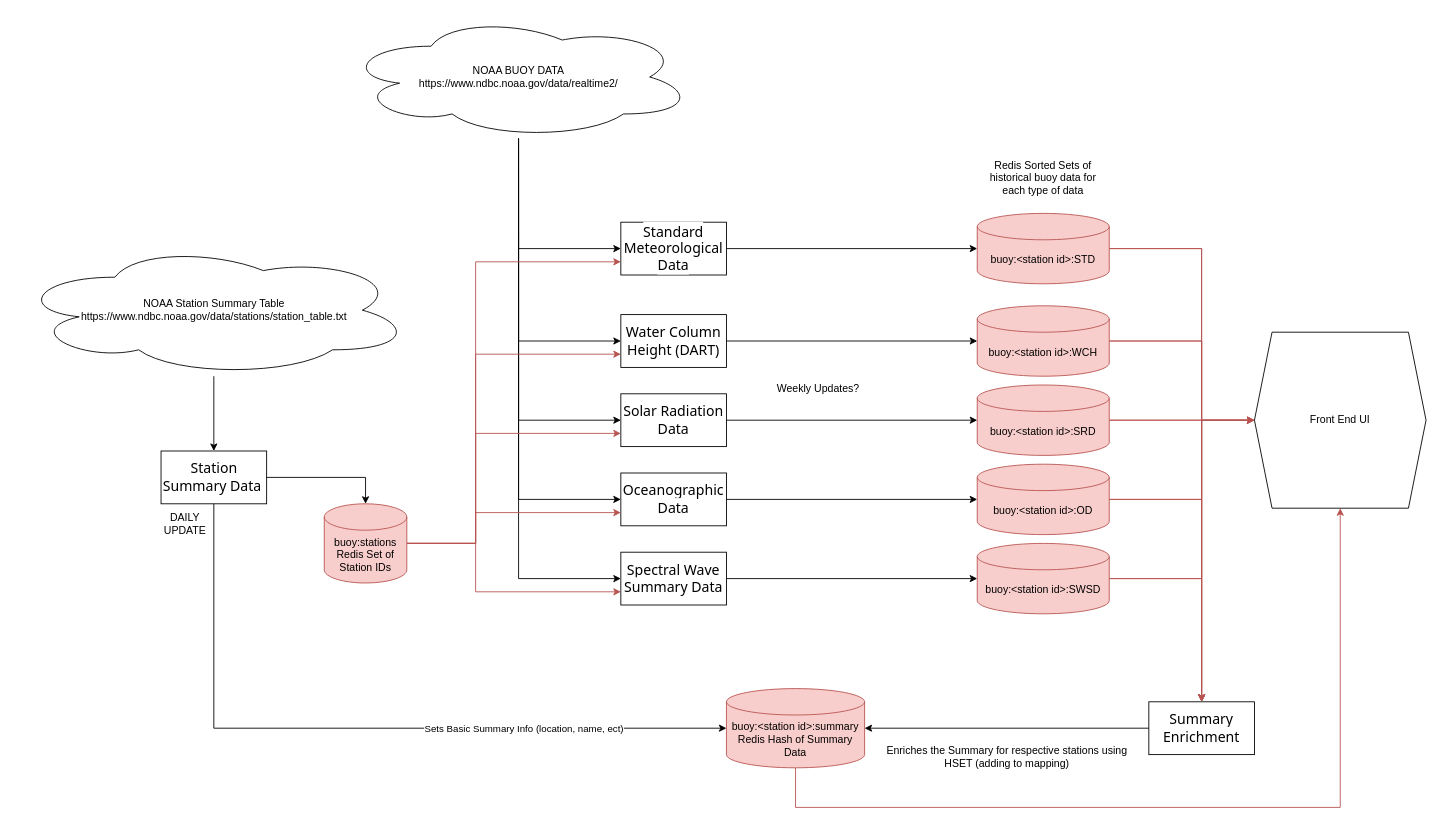
Earlier version of the draw.io diagram buoy-thoughts.drawio (DevinMB/world-of-buoys-backend-producers). Source tidied: cells renumbered, new cells numbered last; positions are measured from the earlier drawing's top-left corner, leaving out a move shared by most shapes. Both pictures are drawn from the tidied source at 88%, with x=0, y=0 at pixel (16, 15). Pictures stored in the file or linked from it are replaced by grey dashed boxes.
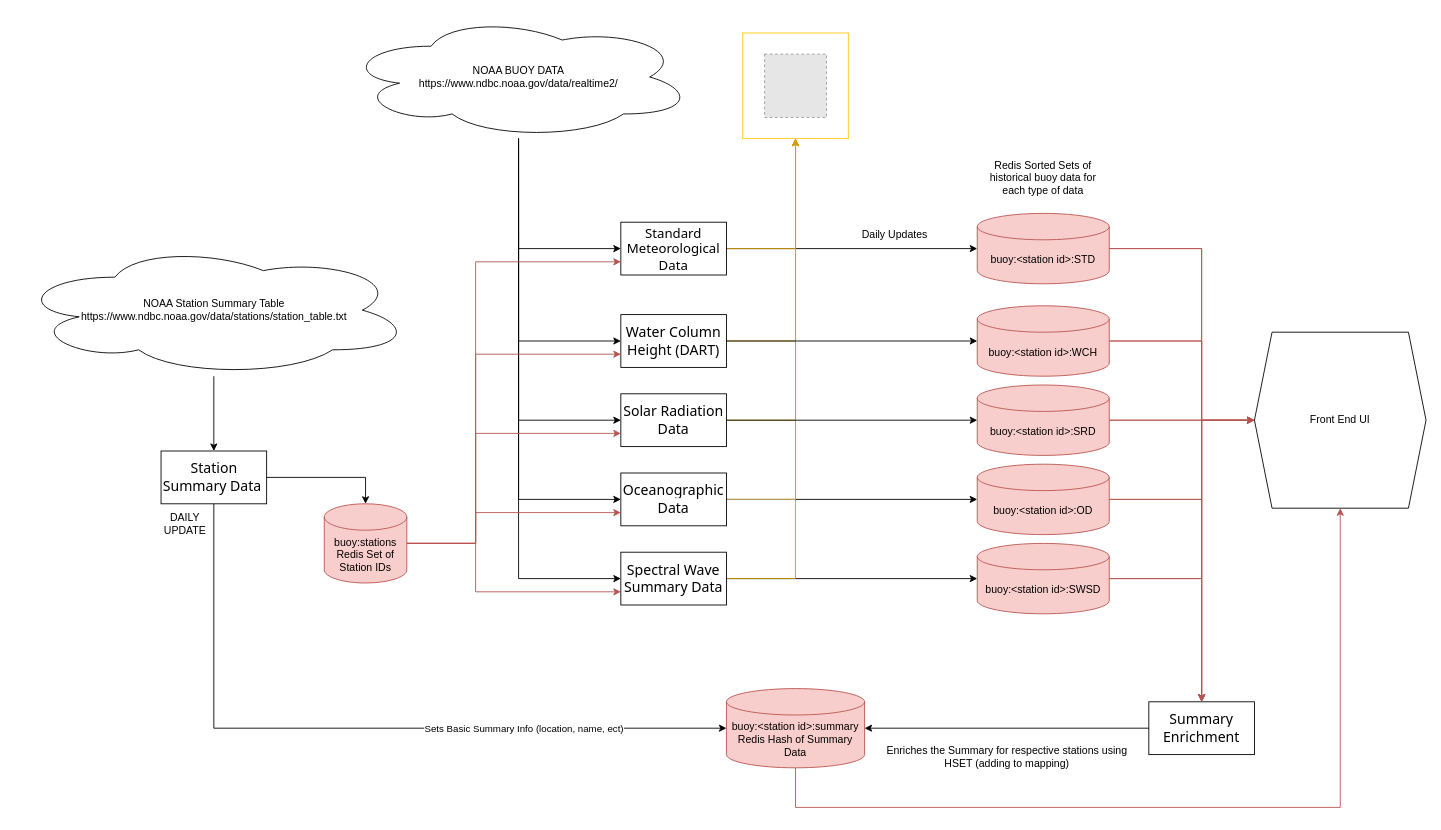
The same diagram, later.

Commit message (it also covers changes not shown here):
update arch diagram to include centralized logging

The change refers to these unchanged cells:
```xml
<mxCell id="10" value="&lt;span style=&quot;font-family: system-ui, sans-serif; font-size: 16px; text-align: start; background-color: rgb(255, 255, 255);&quot;&gt;Water Column Height (DART)&lt;/span&gt;" style="rounded=0;whiteSpace=wrap;html=1;" parent="1" vertex="1">
  <mxGeometry x="687" y="340" width="120" height="60" as="geometry" />
</mxCell>
<mxCell id="11" value="&lt;span style=&quot;font-family: system-ui, sans-serif; font-size: 16px; text-align: start; background-color: rgb(255, 255, 255);&quot;&gt;Solar Radiation Data&lt;/span&gt;" style="rounded=0;whiteSpace=wrap;html=1;" parent="1" vertex="1">
  <mxGeometry x="687" y="430" width="120" height="60" as="geometry" />
</mxCell>
<mxCell id="13" value="&lt;span style=&quot;font-family: system-ui, sans-serif; font-size: 16px; text-align: start; background-color: rgb(255, 255, 255);&quot;&gt;Oceanographic Data&lt;/span&gt;" style="rounded=0;whiteSpace=wrap;html=1;" parent="1" vertex="1">
  <mxGeometry x="687" y="520" width="120" height="60" as="geometry" />
</mxCell>
<mxCell id="43" value="&lt;span style=&quot;font-family: system-ui, sans-serif; font-size: 16px; text-align: start; background-color: rgb(255, 255, 255);&quot;&gt;Spectral Wave Summary Data&lt;/span&gt;" style="rounded=0;whiteSpace=wrap;html=1;" parent="1" vertex="1">
  <mxGeometry x="687" y="610" width="120" height="60" as="geometry" />
</mxCell>
```

Change to the diagram source:
```diff
@@
+    <mxCell id="54" style="edgeStyle=orthogonalEdgeStyle;rounded=0;jettySize=auto;html=1;entryX=0.5;entryY=1;entryDx=0;entryDy=0;fillColor=#ffe6cc;strokeColor=#d79b00;" parent="1" edge="1" source="9" target="59">
+      <mxGeometry relative="1" as="geometry" />
+    </mxCell>
-    <mxCell id="9" value="&lt;span style=&quot;font-family: system-ui, sans-serif; font-size: 16px; text-align: start; background-color: rgb(255, 255, 255);&quot;&gt;Standard Meteorological Data&lt;/span&gt;" style="rounded=0;whiteSpace=wrap;html=1;" parent="1" vertex="1">
+    <mxCell id="9" value="&lt;span style=&quot;font-family: system-ui, sans-serif; text-align: start; background-color: rgb(255, 255, 255);&quot;&gt;&lt;font style=&quot;font-size: 15px;&quot;&gt;Standard Meteorological Data&lt;/font&gt;&lt;/span&gt;" style="rounded=0;whiteSpace=wrap;html=1;" parent="1" vertex="1">
       <mxGeometry x="687" y="235" width="120" height="60" as="geometry" />
     </mxCell>
+    <mxCell id="55" style="edgeStyle=orthogonalEdgeStyle;rounded=0;jettySize=auto;html=1;entryX=0.5;entryY=1;entryDx=0;entryDy=0;fillColor=#ffe6cc;strokeColor=#d79b00;" parent="1" edge="1" source="10" target="59">
+      <mxGeometry relative="1" as="geometry" />
+    </mxCell>
@@
+    <mxCell id="56" style="edgeStyle=orthogonalEdgeStyle;rounded=0;jettySize=auto;html=1;entryX=0.5;entryY=1;entryDx=0;entryDy=0;fillColor=#ffe6cc;strokeColor=#d79b00;" parent="1" edge="1" source="11" target="59">
+      <mxGeometry relative="1" as="geometry" />
+    </mxCell>
@@
+    <mxCell id="57" style="edgeStyle=orthogonalEdgeStyle;rounded=0;jettySize=auto;html=1;entryX=0.5;entryY=1;entryDx=0;entryDy=0;fillColor=#fff2cc;strokeColor=#d6b656;" parent="1" edge="1" source="13" target="59">
+      <mxGeometry relative="1" as="geometry" />
+    </mxCell>
@@
+    <mxCell id="58" style="edgeStyle=orthogonalEdgeStyle;rounded=0;jettySize=auto;html=1;entryX=0.5;entryY=1;entryDx=0;entryDy=0;fillColor=#ffe6cc;strokeColor=#d79b00;" parent="1" edge="1" source="43" target="59">
+      <mxGeometry relative="1" as="geometry" />
+    </mxCell>
@@
-    <mxCell id="53" value="Weekly Updates?" style="text;html=1;align=center;verticalAlign=middle;whiteSpace=wrap;rounded=0;" parent="1" vertex="1">
-      <mxGeometry x="859" y="410" width="105" height="30" as="geometry" />
+    <mxCell id="53" value="Daily Updates" style="text;html=1;align=center;verticalAlign=middle;whiteSpace=wrap;rounded=0;" parent="1" vertex="1">
+      <mxGeometry x="945.5" y="235" width="105" height="30" as="geometry" />
     </mxCell>
+    <mxCell id="59" style="whiteSpace=wrap;html=1;strokeColor=#FFC70F;" parent="1" vertex="1">
+      <mxGeometry x="825.5" y="20" width="120" height="120" as="geometry" />
+    </mxCell>
+    <mxCell id="60" style="fillColor=#E6E6E6;strokeColor=#999999;dashed=1;verticalLabelPosition=bottom;labelBackgroundColor=default;verticalAlign=top;" parent="1" vertex="1">
+      <mxGeometry x="850.3" y="44" width="70.4" height="72" as="geometry" />
+    </mxCell>
```
